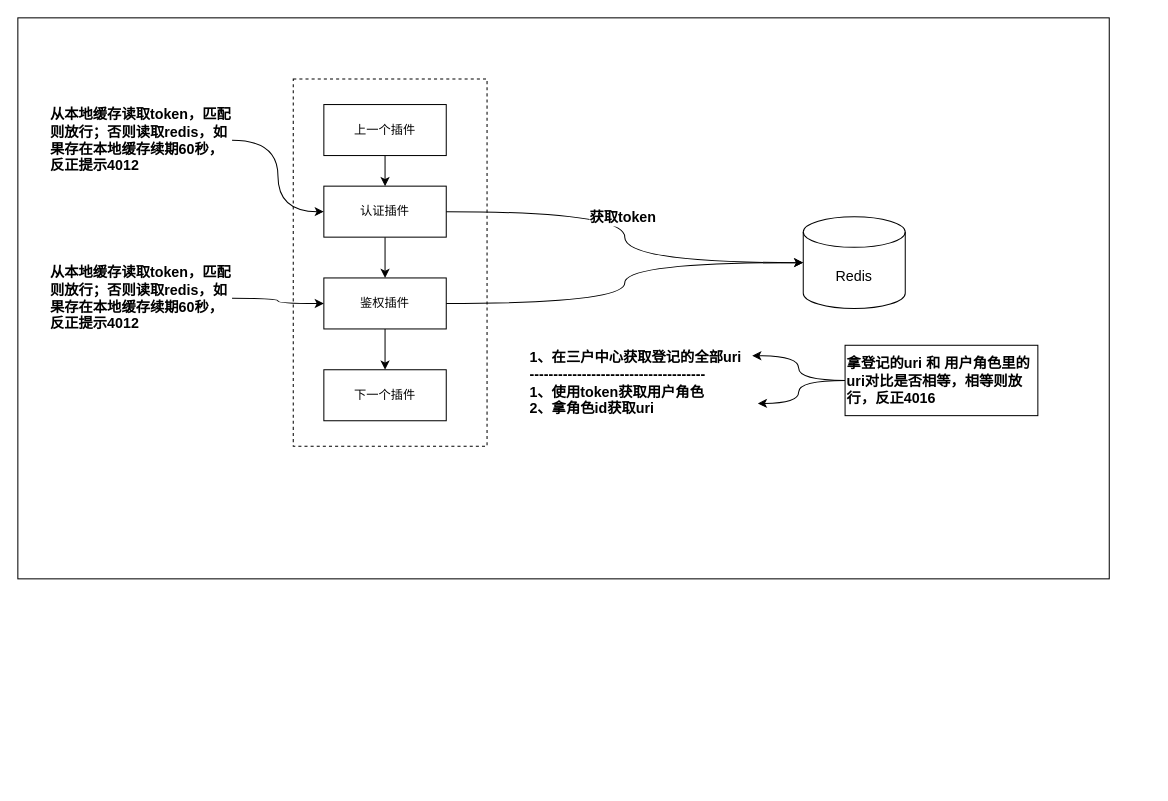
Earlier version of the draw.io diagram 4016.drawio (liym1992/tips). Source tidied: cells renumbered, new cells numbered last; positions are measured from the earlier drawing's top-left corner, leaving out a move shared by most shapes. Both pictures are drawn from the tidied source at 102%, with x=0, y=0 at pixel (17, 17).
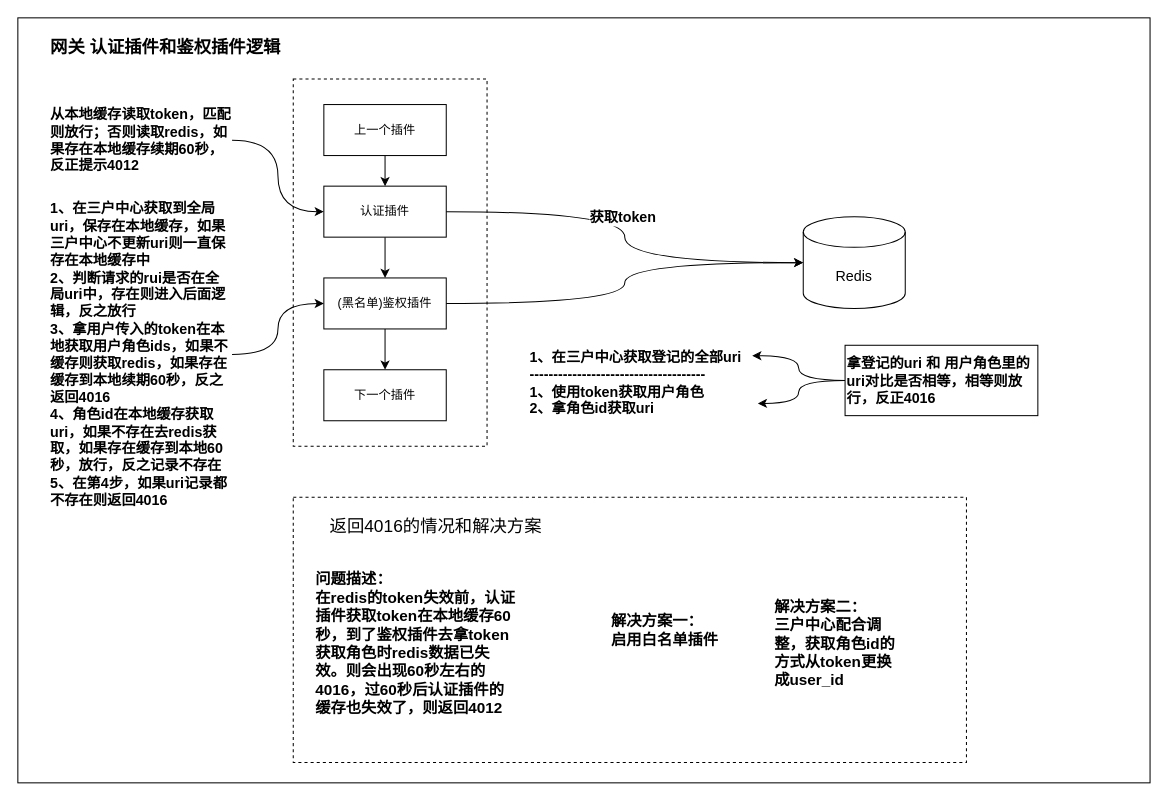
The same diagram, later.

Change to the diagram source:
```diff
@@
     <mxCell id="2" style="rounded=0;whiteSpace=wrap;html=1;" parent="1" vertex="1">
-      <mxGeometry width="1070" height="550" as="geometry" />
+      <mxGeometry width="1110" height="750" as="geometry" />
     </mxCell>
@@
-    <mxCell id="9" value="鉴权插件" style="rounded=0;whiteSpace=wrap;html=1;" parent="1" vertex="1">
+    <mxCell id="9" value="(黑名单)鉴权插件" style="rounded=0;whiteSpace=wrap;html=1;" parent="1" vertex="1">
       <mxGeometry x="300" y="255" width="120" height="50" as="geometry" />
     </mxCell>
@@
-    <mxCell id="14" value="从本地缓存读取token，匹配则放行；否则读取redis，如果存在本地缓存续期60秒，反正提示4012" style="text;html=1;strokeColor=none;fillColor=none;align=left;verticalAlign=middle;whiteSpace=wrap;rounded=0;fontSize=14;fontStyle=1;" parent="1" vertex="1">
-      <mxGeometry x="30" y="205" width="180" height="140" as="geometry" />
+    <mxCell id="14" value="1、在三户中心获取到全局uri，保存在本地缓存，如果三户中心不更新uri则一直保存在本地缓存中&lt;br&gt;2、判断请求的rui是否在全局uri中，存在则进入后面逻辑，反之放行&lt;br&gt;3、拿用户传入的token在本地获取用户角色ids，如果不缓存则获取redis，如果存在缓存到本地续期60秒，反之返回4016&lt;br&gt;4、角色id在本地缓存获取uri，如果不存在去redis获取，如果存在缓存到本地60秒，放行，反之记录不存在&lt;br&gt;5、在第4步，如果uri记录都不存在则返回4016" style="text;html=1;strokeColor=none;fillColor=none;align=left;verticalAlign=middle;whiteSpace=wrap;rounded=0;fontSize=14;fontStyle=1;" parent="1" vertex="1">
+      <mxGeometry x="30" y="260" width="180" height="140" as="geometry" />
     </mxCell>
@@
+    <mxCell id="23" value="网关 认证插件和鉴权插件逻辑" style="text;html=1;strokeColor=none;fillColor=none;align=center;verticalAlign=middle;whiteSpace=wrap;rounded=0;fontSize=17;fontStyle=1;" parent="1" vertex="1">
+      <mxGeometry x="30" y="20" width="230" height="20" as="geometry" />
+    </mxCell>
+    <mxCell id="24" style="rounded=0;whiteSpace=wrap;html=1;fontSize=17;align=left;dashed=1;" parent="1" vertex="1">
+      <mxGeometry x="270" y="470" width="660" height="260" as="geometry" />
+    </mxCell>
+    <mxCell id="25" value="返回4016的情况和解决方案" style="text;html=1;strokeColor=none;fillColor=none;align=center;verticalAlign=middle;whiteSpace=wrap;rounded=0;dashed=1;fontSize=17;" parent="1" vertex="1">
+      <mxGeometry x="290" y="490" width="240" height="20" as="geometry" />
+    </mxCell>
+    <mxCell id="26" value="&lt;font style=&quot;font-size: 15px&quot;&gt;问题描述：&lt;br style=&quot;font-size: 15px&quot;&gt;在redis的token失效前，认证插件获取token在本地缓存60秒，到了鉴权插件去拿token获取角色时redis数据已失效。则会出现60秒左右的4016，过60秒后认证插件的缓存也失效了，则返回4012&lt;br style=&quot;font-size: 15px&quot;&gt;&lt;/font&gt;" style="text;html=1;strokeColor=none;fillColor=none;align=left;verticalAlign=middle;whiteSpace=wrap;rounded=0;dashed=1;fontSize=15;fontStyle=1;" parent="1" vertex="1">
+      <mxGeometry x="290" y="525" width="200" height="175" as="geometry" />
+    </mxCell>
+    <mxCell id="27" value="解决方案一：&lt;br&gt;&lt;div style=&quot;&quot;&gt;&lt;span&gt;启用白名单插件&lt;/span&gt;&lt;/div&gt;" style="text;html=1;strokeColor=none;fillColor=none;align=left;verticalAlign=middle;whiteSpace=wrap;rounded=0;dashed=1;fontSize=15;fontStyle=1;" parent="1" vertex="1">
+      <mxGeometry x="580" y="550" width="130" height="100" as="geometry" />
+    </mxCell>
+    <mxCell id="28" value="解决方案二：&lt;br&gt;&lt;div&gt;三户中心配合调整，获取角色id的方式从token更换成user_id&lt;/div&gt;" style="text;html=1;strokeColor=none;fillColor=none;align=left;verticalAlign=middle;whiteSpace=wrap;rounded=0;dashed=1;fontSize=15;fontStyle=1;" parent="1" vertex="1">
+      <mxGeometry x="740" y="562.5" width="130" height="100" as="geometry" />
+    </mxCell>
```
